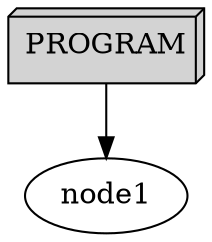
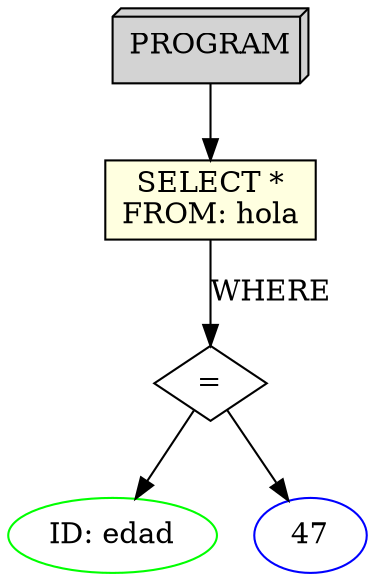
digraph AST {
  node0 [label="PROGRAM", shape=box3d, style=filled, fillcolor=lightgrey];
+   node1 [label="SELECT *\nFROM: hola", shape=rect, style=filled, fillcolor=lightyellow];
+   node2 [label="=", shape=diamond];
+   node3 [label="ID: edad", shape=ellipse, color=green];
+   node2 -> node3;
+   node4 [label="47", shape=ellipse, color=blue];
+   node2 -> node4;
+   node1 -> node2 [label="WHERE"];
  node0 -> node1;
}
